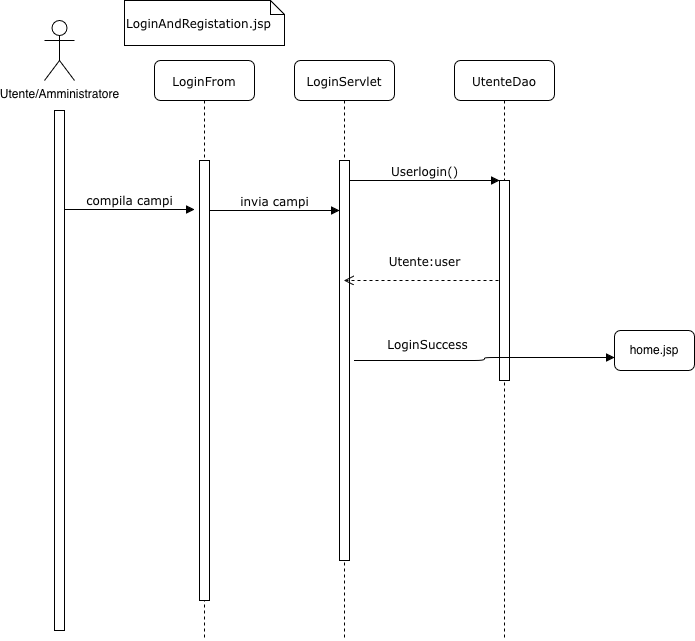
Before: Deliverables/Requirement Analysis Document images/SEQUENCE_DIAGRAMS/SequenceDiagram1.0.png, a diagram exported from draw.io (SigsUni/LaCantina). Source tidied: cells renumbered, new cells last; positions are measured from the earlier drawing's top-left corner, leaving out a move shared by most shapes. The source it was exported from:
```xml
<mxGraphModel>
  <root>
    <mxCell id="0" />
    <mxCell id="1" parent="0" />
    <mxCell id="2" value="LoginServlet" style="shape=umlLifeline;perimeter=lifelinePerimeter;whiteSpace=wrap;html=1;outlineConnect=0;rounded=1;shadow=0;comic=0;labelBackgroundColor=none;strokeWidth=1;fontFamily=Verdana;fontSize=12;align=center;" parent="1" vertex="1">
      <mxGeometry x="250" y="60" width="100" height="580" as="geometry" />
    </mxCell>
    <mxCell id="3" style="html=1;points=[];perimeter=orthogonalPerimeter;rounded=0;shadow=0;comic=0;labelBackgroundColor=none;strokeWidth=1;fontFamily=Verdana;fontSize=12;align=center;" parent="2" vertex="1">
      <mxGeometry x="45" y="100" width="10" height="400" as="geometry" />
    </mxCell>
    <mxCell id="4" value="invia campi" style="html=1;verticalAlign=bottom;endArrow=block;entryX=0;entryY=0;labelBackgroundColor=none;fontFamily=Verdana;fontSize=12;edgeStyle=elbowEdgeStyle;elbow=horizontal;" parent="2" edge="1">
      <mxGeometry relative="1" as="geometry">
        <mxPoint x="-85" y="150" as="sourcePoint" />
        <mxPoint x="45" y="150" as="targetPoint" />
      </mxGeometry>
    </mxCell>
    <mxCell id="5" value="UtenteDao" style="shape=umlLifeline;perimeter=lifelinePerimeter;whiteSpace=wrap;html=1;rounded=1;shadow=0;comic=0;labelBackgroundColor=none;strokeWidth=1;fontFamily=Verdana;fontSize=12;align=center;" parent="1" vertex="1">
      <mxGeometry x="410" y="60" width="100" height="580" as="geometry" />
    </mxCell>
    <mxCell id="6" style="html=1;points=[];perimeter=orthogonalPerimeter;rounded=0;shadow=0;comic=0;labelBackgroundColor=none;strokeWidth=1;fontFamily=Verdana;fontSize=12;align=center;" parent="5" vertex="1">
      <mxGeometry x="45" y="120" width="10" height="200" as="geometry" />
    </mxCell>
    <mxCell id="7" value="LoginFrom" style="shape=umlLifeline;perimeter=lifelinePerimeter;whiteSpace=wrap;html=1;rounded=1;shadow=0;comic=0;labelBackgroundColor=none;strokeWidth=1;fontFamily=Verdana;fontSize=12;align=center;" parent="1" vertex="1">
      <mxGeometry x="110" y="60" width="100" height="580" as="geometry" />
    </mxCell>
    <mxCell id="8" style="html=1;perimeter=orthogonalPerimeter;rounded=0;shadow=0;comic=0;labelBackgroundColor=none;strokeWidth=1;fontFamily=Verdana;fontSize=12;align=center;" parent="7" vertex="1">
      <mxGeometry x="45" y="100" width="10" height="440" as="geometry" />
    </mxCell>
    <mxCell id="9" value="Utente:user" style="html=1;verticalAlign=bottom;endArrow=open;dashed=1;endSize=8;labelBackgroundColor=none;fontFamily=Verdana;fontSize=12;edgeStyle=elbowEdgeStyle;elbow=vertical;exitX=-0.1;exitY=0.5;exitDx=0;exitDy=0;exitPerimeter=0;" parent="1" edge="1" source="6" target="2">
      <mxGeometry x="-0.04" y="-10" relative="1" as="geometry" />
    </mxCell>
    <mxCell id="10" value="Userlogin()" style="html=1;verticalAlign=bottom;endArrow=block;entryX=0;entryY=0;labelBackgroundColor=none;fontFamily=Verdana;fontSize=12;edgeStyle=elbowEdgeStyle;elbow=vertical;" parent="1" edge="1" source="3" target="6">
      <mxGeometry relative="1" as="geometry" />
    </mxCell>
    <mxCell id="11" value="Utente/Amministratore" style="shape=umlActor;verticalLabelPosition=bottom;verticalAlign=top;html=1;" parent="1" vertex="1">
      <mxGeometry y="20" width="30" height="60" as="geometry" />
    </mxCell>
    <mxCell id="12" style="html=1;perimeter=orthogonalPerimeter;rounded=0;shadow=0;comic=0;labelBackgroundColor=none;strokeWidth=1;fontFamily=Verdana;fontSize=12;align=center;" parent="1" vertex="1">
      <mxGeometry x="10" y="110" width="10" height="520" as="geometry" />
    </mxCell>
    <mxCell id="13" value="compila campi" style="html=1;verticalAlign=bottom;endArrow=block;entryX=0;entryY=0;labelBackgroundColor=none;fontFamily=Verdana;fontSize=12;edgeStyle=elbowEdgeStyle;elbow=vertical;" parent="1" edge="1">
      <mxGeometry relative="1" as="geometry">
        <mxPoint x="20" y="209" as="sourcePoint" />
        <mxPoint x="150" y="209" as="targetPoint" />
      </mxGeometry>
    </mxCell>
    <mxCell id="14" value="&lt;div&gt;&lt;br&gt;&lt;/div&gt;&lt;div&gt;LoginAndRegistation.jsp&lt;/div&gt;" style="shape=note;whiteSpace=wrap;html=1;size=14;verticalAlign=top;align=left;spacingTop=-6;rounded=0;shadow=0;comic=0;labelBackgroundColor=none;strokeWidth=1;fontFamily=Verdana;fontSize=12;" parent="1" vertex="1">
      <mxGeometry x="80" width="160" height="45" as="geometry" />
    </mxCell>
    <mxCell id="15" value="LoginSuccess" style="html=1;verticalAlign=bottom;endArrow=block;labelBackgroundColor=none;fontFamily=Verdana;fontSize=12;edgeStyle=elbowEdgeStyle;elbow=horizontal;" parent="1" edge="1">
      <mxGeometry x="-0.45" y="7" relative="1" as="geometry">
        <mxPoint x="310" y="360" as="sourcePoint" />
        <mxPoint x="570" y="357" as="targetPoint" />
      </mxGeometry>
    </mxCell>
    <mxCell id="16" value="home.jsp" style="rounded=1;whiteSpace=wrap;html=1;" parent="1" vertex="1">
      <mxGeometry x="570" y="330" width="80" height="40" as="geometry" />
    </mxCell>
  </root>
</mxGraphModel>
```
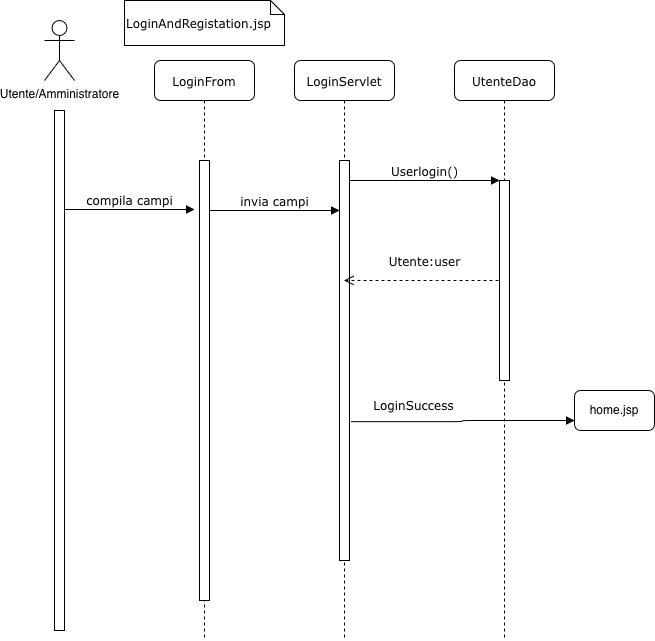
Later version of the same file.

Change to the diagram source:
```diff
@@ -47,14 +47,11 @@
     <mxCell id="14" value="&lt;div&gt;&lt;br&gt;&lt;/div&gt;&lt;div&gt;LoginAndRegistation.jsp&lt;/div&gt;" style="shape=note;whiteSpace=wrap;html=1;size=14;verticalAlign=top;align=left;spacingTop=-6;rounded=0;shadow=0;comic=0;labelBackgroundColor=none;strokeWidth=1;fontFamily=Verdana;fontSize=12;" parent="1" vertex="1">
       <mxGeometry x="80" width="160" height="45" as="geometry" />
     </mxCell>
-    <mxCell id="15" value="LoginSuccess" style="html=1;verticalAlign=bottom;endArrow=block;labelBackgroundColor=none;fontFamily=Verdana;fontSize=12;edgeStyle=elbowEdgeStyle;elbow=horizontal;" parent="1" edge="1">
-      <mxGeometry x="-0.45" y="7" relative="1" as="geometry">
-        <mxPoint x="310" y="360" as="sourcePoint" />
-        <mxPoint x="570" y="357" as="targetPoint" />
-      </mxGeometry>
+    <mxCell id="15" value="LoginSuccess" style="html=1;verticalAlign=bottom;endArrow=block;labelBackgroundColor=none;fontFamily=Verdana;fontSize=12;edgeStyle=elbowEdgeStyle;elbow=horizontal;exitX=1.15;exitY=0.653;exitDx=0;exitDy=0;exitPerimeter=0;entryX=0;entryY=0.75;entryDx=0;entryDy=0;" parent="1" edge="1" source="3" target="16">
+      <mxGeometry x="-0.45" y="7" relative="1" as="geometry" />
     </mxCell>
     <mxCell id="16" value="home.jsp" style="rounded=1;whiteSpace=wrap;html=1;" parent="1" vertex="1">
-      <mxGeometry x="570" y="330" width="80" height="40" as="geometry" />
+      <mxGeometry x="530" y="390" width="80" height="40" as="geometry" />
     </mxCell>
   </root>
 </mxGraphModel>
```
